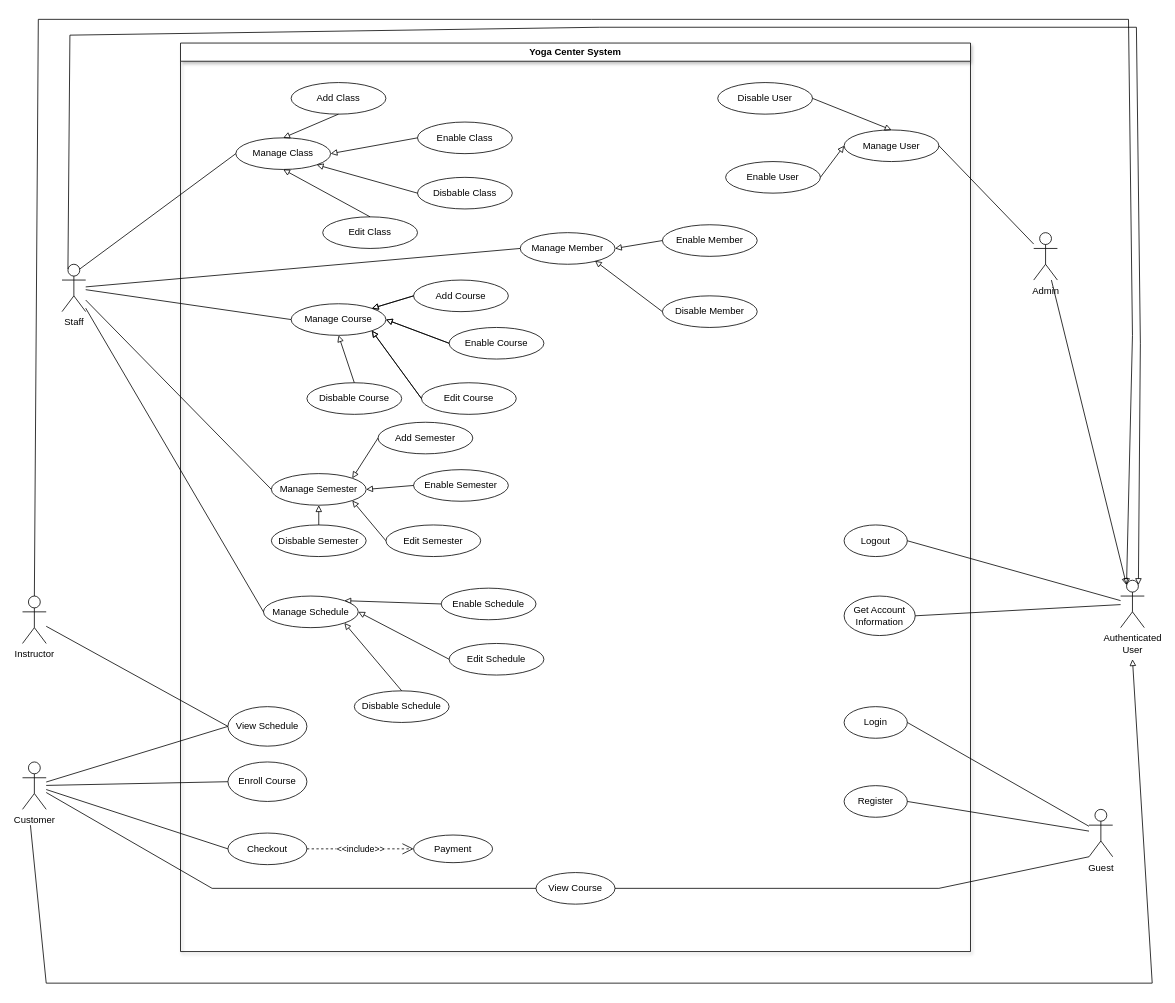
This is page "SWR1" (4 of 4) of Untitled Diagram.drawio from minhng-178/web-starter-projects, a draw.io file, before an edit. Source tidied: cells renumbered, new cells numbered last; positions are measured from the earlier drawing's top-left corner, leaving out a move shared by most shapes. Both pictures are drawn from the tidied source at 79%, with x=0, y=0 at pixel (22, 19).
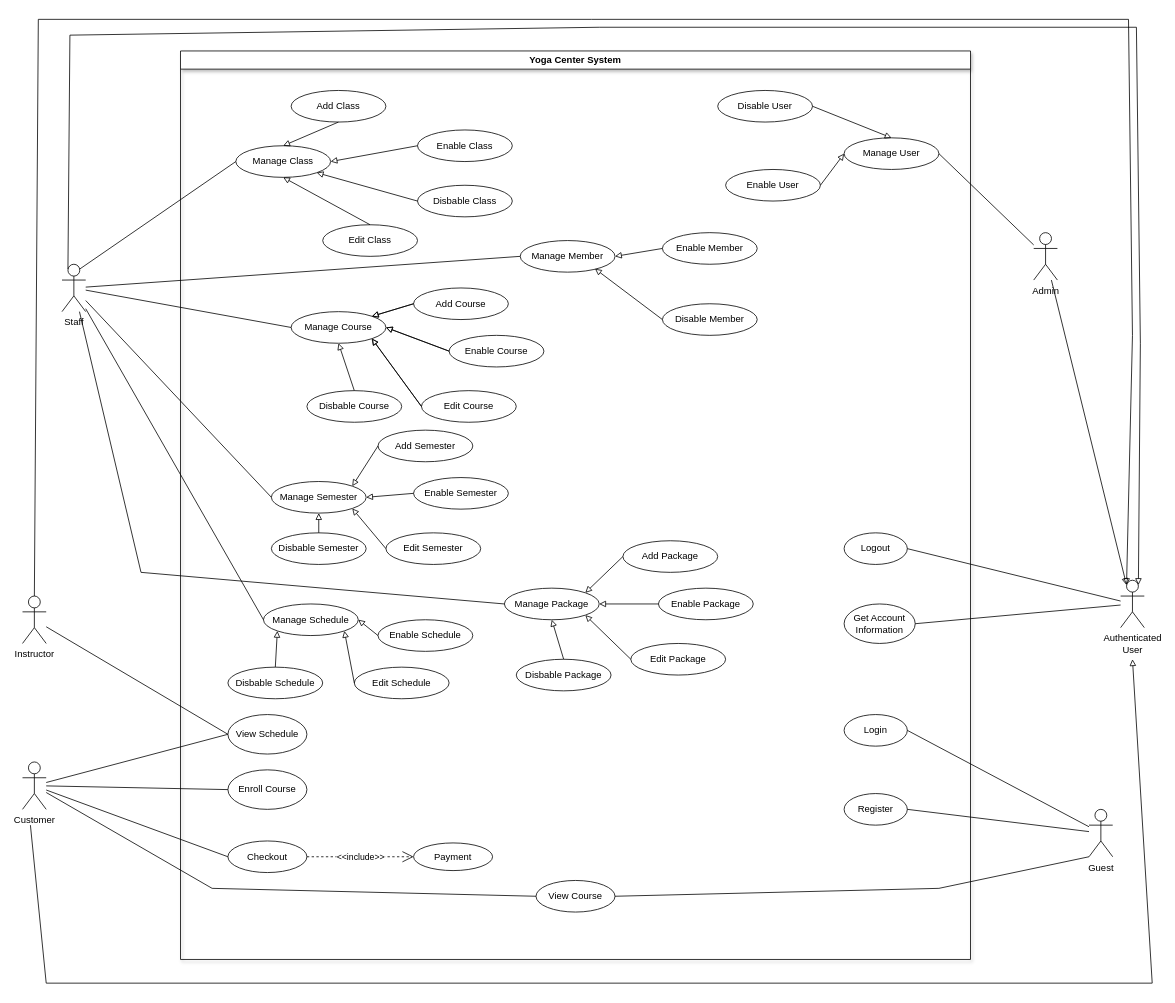
Above is the later version.

Unchanged cells that the change refers to:
```xml
<mxCell id="40" value="Manage Schedule" style="ellipse;whiteSpace=wrap;html=1;" parent="2" vertex="1">
  <mxGeometry x="105" y="700" width="120" height="40" as="geometry" />
</mxCell>
<mxCell id="77" value="Staff" style="shape=umlActor;verticalLabelPosition=bottom;verticalAlign=top;html=1;outlineConnect=0;" parent="1" vertex="1">
  <mxGeometry x="50" y="310" width="30" height="60" as="geometry" />
</mxCell>
```

What changed in the source:
```diff
@@
     <mxCell id="2" value="Yoga Center System" style="swimlane;whiteSpace=wrap;html=1;shadow=1;fontStyle=1;" parent="1" vertex="1">
-      <mxGeometry x="200" y="30" width="1000" height="1150" as="geometry" />
+      <mxGeometry x="200" y="40" width="1000" height="1150" as="geometry" />
     </mxCell>
@@
     <mxCell id="34" value="Enable Schedule" style="ellipse;whiteSpace=wrap;html=1;" parent="2" vertex="1">
-      <mxGeometry x="330" y="690" width="120" height="40" as="geometry" />
+      <mxGeometry x="250" y="720" width="120" height="40" as="geometry" />
     </mxCell>
-    <mxCell id="35" style="endArrow=block;html=1;rounded=0;entryX=1;entryY=0;entryDx=0;entryDy=0;endFill=0;exitX=0;exitY=0.5;exitDx=0;exitDy=0;" parent="2" edge="1" source="34" target="40">
+    <mxCell id="35" style="endArrow=block;html=1;rounded=0;entryX=1;entryY=0.5;entryDx=0;entryDy=0;endFill=0;exitX=0;exitY=0.5;exitDx=0;exitDy=0;" parent="2" edge="1" source="34" target="40">
       <mxGeometry relative="1" as="geometry" />
     </mxCell>
     <mxCell id="36" value="Disbable Schedule" style="ellipse;whiteSpace=wrap;html=1;" parent="2" vertex="1">
-      <mxGeometry x="220" y="820" width="120" height="40" as="geometry" />
+      <mxGeometry x="60" y="780" width="120" height="40" as="geometry" />
     </mxCell>
     <mxCell id="37" value="Edit Schedule" style="ellipse;whiteSpace=wrap;html=1;" parent="2" vertex="1">
-      <mxGeometry x="340" y="760" width="120" height="40" as="geometry" />
+      <mxGeometry x="220" y="780" width="120" height="40" as="geometry" />
     </mxCell>
-    <mxCell id="38" style="endArrow=block;html=1;rounded=0;entryX=1;entryY=1;entryDx=0;entryDy=0;endFill=0;exitX=0.5;exitY=0;exitDx=0;exitDy=0;" parent="2" edge="1" source="36" target="40">
+    <mxCell id="38" style="endArrow=block;html=1;rounded=0;entryX=0;entryY=1;entryDx=0;entryDy=0;endFill=0;exitX=0.5;exitY=0;exitDx=0;exitDy=0;" parent="2" edge="1" source="36" target="40">
       <mxGeometry relative="1" as="geometry" />
     </mxCell>
-    <mxCell id="39" style="endArrow=block;html=1;rounded=0;endFill=0;exitX=0;exitY=0.5;exitDx=0;exitDy=0;entryX=1;entryY=0.5;entryDx=0;entryDy=0;" parent="2" edge="1" source="37" target="40">
+    <mxCell id="39" style="endArrow=block;html=1;rounded=0;endFill=0;exitX=0;exitY=0.5;exitDx=0;exitDy=0;entryX=1;entryY=1;entryDx=0;entryDy=0;" parent="2" edge="1" source="37" target="40">
       <mxGeometry relative="1" as="geometry" />
     </mxCell>
@@
+    <mxCell id="86" value="Manage Package" style="ellipse;whiteSpace=wrap;html=1;" parent="2" vertex="1">
+      <mxGeometry x="410" y="680" width="120" height="40" as="geometry" />
+    </mxCell>
+    <mxCell id="87" value="Add Package" style="ellipse;whiteSpace=wrap;html=1;" parent="2" vertex="1">
+      <mxGeometry x="560" y="620" width="120" height="40" as="geometry" />
+    </mxCell>
+    <mxCell id="88" value="Enable Package" style="ellipse;whiteSpace=wrap;html=1;" parent="2" vertex="1">
+      <mxGeometry x="605" y="680" width="120" height="40" as="geometry" />
+    </mxCell>
+    <mxCell id="89" value="Disbable Package" style="ellipse;whiteSpace=wrap;html=1;" parent="2" vertex="1">
+      <mxGeometry x="425" y="770" width="120" height="40" as="geometry" />
+    </mxCell>
+    <mxCell id="90" value="Edit Package" style="ellipse;whiteSpace=wrap;html=1;" parent="2" vertex="1">
+      <mxGeometry x="570" y="750" width="120" height="40" as="geometry" />
+    </mxCell>
+    <mxCell id="91" style="endArrow=block;html=1;rounded=0;entryX=0.5;entryY=1;entryDx=0;entryDy=0;endFill=0;exitX=0.5;exitY=0;exitDx=0;exitDy=0;" parent="2" edge="1" source="89" target="86">
+      <mxGeometry relative="1" as="geometry" />
+    </mxCell>
+    <mxCell id="92" style="endArrow=block;html=1;rounded=0;entryX=1;entryY=0;entryDx=0;entryDy=0;endFill=0;exitX=0;exitY=0.5;exitDx=0;exitDy=0;" parent="2" edge="1" source="87" target="86">
+      <mxGeometry relative="1" as="geometry" />
+    </mxCell>
+    <mxCell id="93" style="endArrow=block;html=1;rounded=0;entryX=1;entryY=0.5;entryDx=0;entryDy=0;endFill=0;exitX=0;exitY=0.5;exitDx=0;exitDy=0;" parent="2" edge="1" source="88" target="86">
+      <mxGeometry relative="1" as="geometry" />
+    </mxCell>
+    <mxCell id="94" style="endArrow=block;html=1;rounded=0;entryX=1;entryY=1;entryDx=0;entryDy=0;endFill=0;exitX=0;exitY=0.5;exitDx=0;exitDy=0;" parent="2" edge="1" source="90" target="86">
+      <mxGeometry relative="1" as="geometry" />
+    </mxCell>
@@
+    <mxCell id="95" style="endArrow=none;html=1;rounded=0;entryX=0;entryY=0.5;entryDx=0;entryDy=0;" parent="1" edge="1" source="77" target="86">
+      <mxGeometry relative="1" as="geometry">
+        <Array as="points">
+          <mxPoint x="150" y="700" />
+        </Array>
+      </mxGeometry>
+    </mxCell>
```
